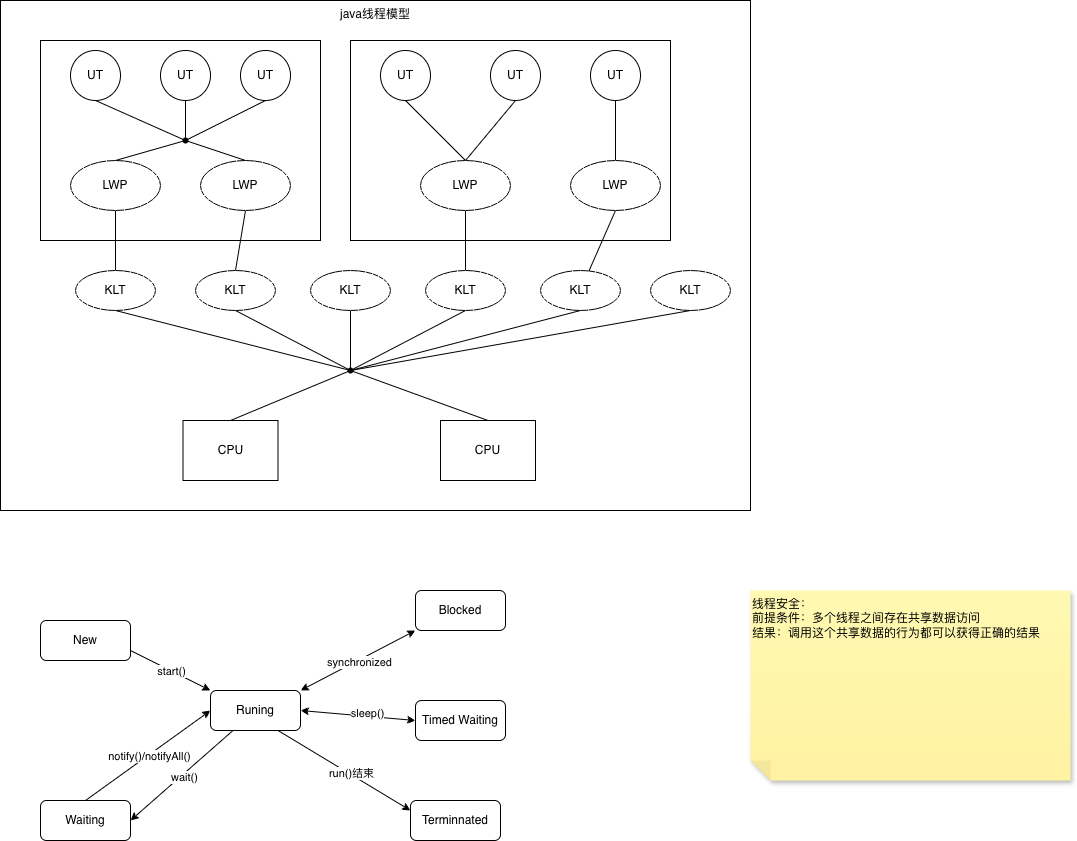
Above: java线程模型和线程状态.drawio.png in ggs2015/file (draw.io), before the change. Source tidied: cells renumbered, new cells last; positions are measured from the earlier drawing's top-left corner, leaving out a move shared by most shapes.
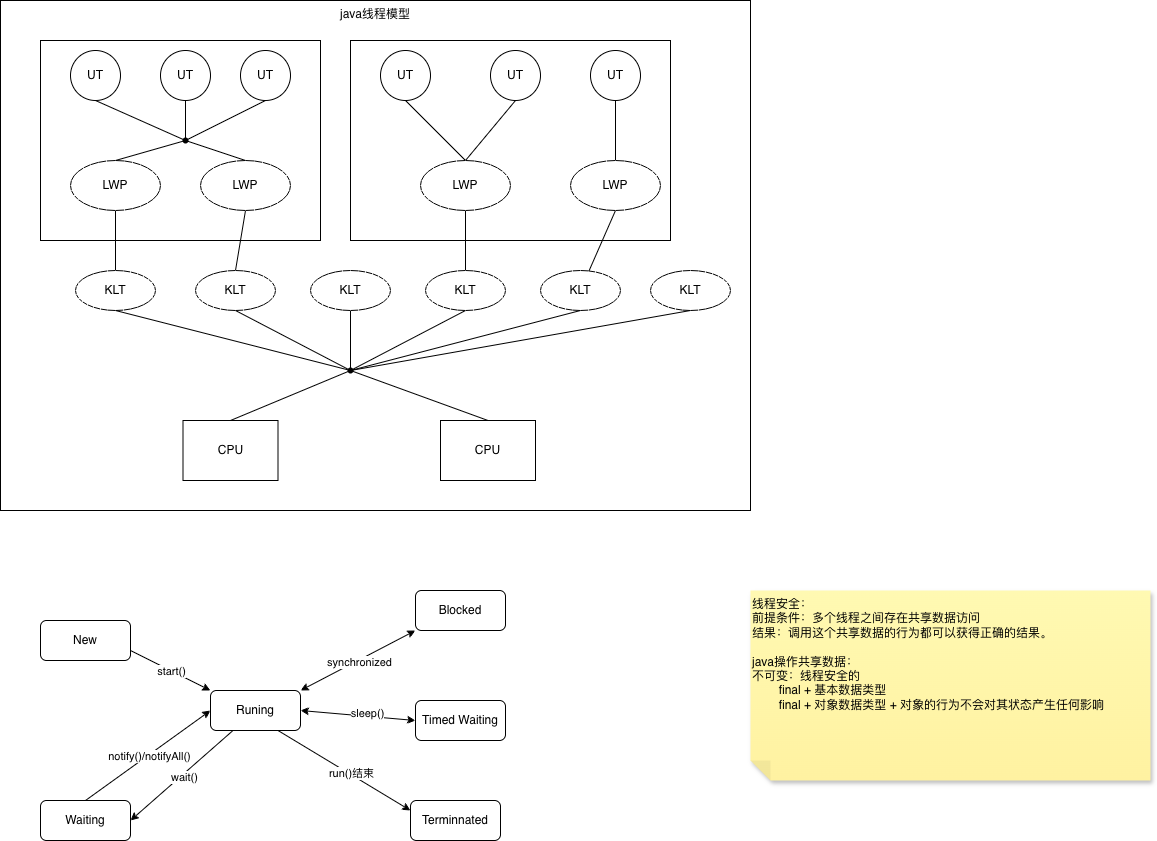
After the change.

Commit message:
更新java线程模型和线程状态.drawio.png

The edit, as a diff of the source:
```diff
@@ -192,8 +192,8 @@
     <mxCell id="63" value="Terminnated" style="rounded=1;whiteSpace=wrap;html=1;" parent="1" vertex="1">
       <mxGeometry x="410" y="800" width="90" height="40" as="geometry" />
     </mxCell>
-    <mxCell id="64" value="线程安全：&lt;div&gt;前提条件：多个线程之间存在共享数据访问&lt;/div&gt;&lt;div&gt;结果：调用这个共享数据的行为都可以获得正确的结果&lt;/div&gt;" style="shape=note;whiteSpace=wrap;html=1;backgroundOutline=1;fontColor=#000000;darkOpacity=0.05;fillColor=#FFF9B2;strokeColor=none;fillStyle=solid;direction=west;gradientDirection=north;gradientColor=#FFF2A1;shadow=1;size=20;verticalAlign=top;align=left;" parent="1" vertex="1">
-      <mxGeometry x="750" y="590" width="320" height="190" as="geometry" />
+    <mxCell id="64" value="线程安全：&lt;div&gt;前提条件：多个线程之间存在共享数据访问&lt;/div&gt;&lt;div&gt;结果：调用这个共享数据的行为都可以获得正确的结果。&lt;/div&gt;&lt;div&gt;&lt;br&gt;&lt;/div&gt;&lt;div&gt;java操作共享数据：&lt;/div&gt;&lt;div&gt;不可变：线程安全的&lt;/div&gt;&lt;div&gt;&lt;span style=&quot;white-space: pre;&quot;&gt;&#9;&lt;/span&gt;final + 基本数据类型&lt;/div&gt;&lt;div&gt;&lt;span style=&quot;white-space: pre;&quot;&gt;&#9;&lt;/span&gt;final + 对象数据类型 + 对象的行为不会对其状态产生任何影响&lt;/div&gt;" style="shape=note;whiteSpace=wrap;html=1;backgroundOutline=1;fontColor=#000000;darkOpacity=0.05;fillColor=#FFF9B2;strokeColor=none;fillStyle=solid;direction=west;gradientDirection=north;gradientColor=#FFF2A1;shadow=1;size=20;verticalAlign=top;align=left;" parent="1" vertex="1">
+      <mxGeometry x="750" y="590" width="400" height="190" as="geometry" />
     </mxCell>
   </root>
 </mxGraphModel>
```
